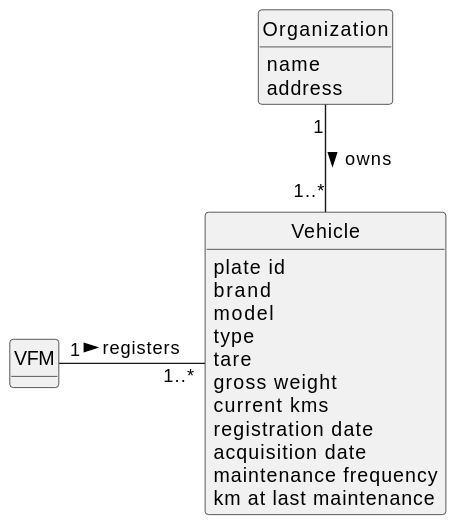
Above: docs/sprintB/us006/02.analysis/svg/us006-domain-model.svg in diogoveirospro/lei-24-s2-1dg-g072 (PlantUML), before the change.
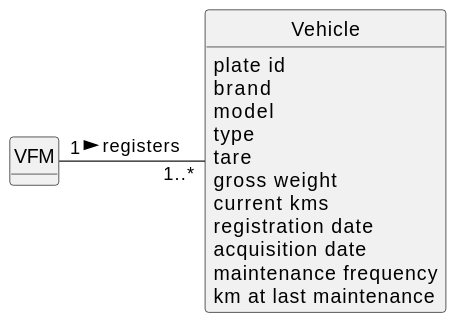
The same file after the commit.

The edit, as a diff of the source:
```diff
@@ -8,11 +8,6 @@
 hide circles
 hide methods
 
-
-class Organization{
-    name
-    address
-}
 
 class VFM{
 
@@ -33,5 +28,4 @@
 }
 
 VFM "1"-"   1..*" Vehicle: registers >
-Organization "1" -- "1..*" Vehicle: owns >
 @enduml
```
